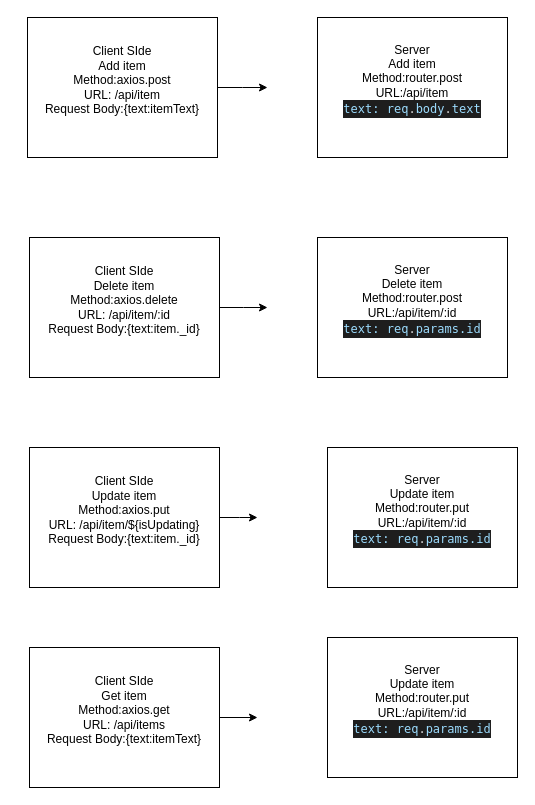
The draw.io diagram page "Page-2" (2 of 2) of structure.drawio in yiran1201/mern-app, before the edit. Source tidied: cells renumbered, new cells numbered last; positions are measured from the earlier drawing's top-left corner, leaving out a move shared by most shapes. Both pictures are drawn from the tidied source at 100%, with x=0, y=0 at pixel (27, 17).
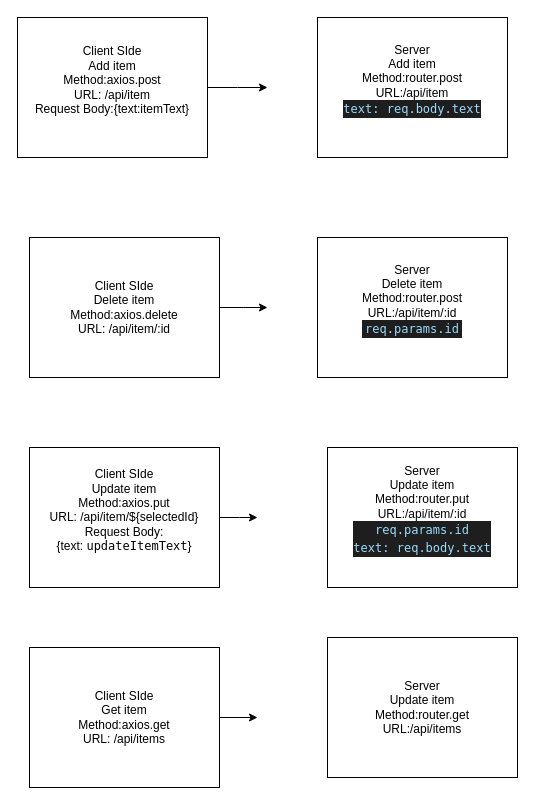
The same diagram, later.

What changed in the source:
```diff
@@
 <mxGraphModel>
   <root>
     <mxCell id="0" />
     <mxCell id="1" parent="0" />
     <mxCell id="2" style="edgeStyle=orthogonalEdgeStyle;rounded=0;jettySize=auto;html=1;" parent="1" edge="1" source="3">
       <mxGeometry relative="1" as="geometry">
         <mxPoint x="240" y="70" as="targetPoint" />
       </mxGeometry>
     </mxCell>
     <mxCell id="3" value="&lt;span style=&quot;white-space: normal&quot;&gt;Client SIde&lt;br&gt;Add item&lt;/span&gt;&lt;br style=&quot;white-space: normal&quot;&gt;&lt;span style=&quot;white-space: normal&quot;&gt;Method:axios.post&lt;/span&gt;&lt;br style=&quot;white-space: normal&quot;&gt;&lt;span style=&quot;white-space: normal&quot;&gt;URL: /api/item&lt;br&gt;Request Body:{text:itemText}&lt;br&gt;&lt;br&gt;&lt;/span&gt;" style="rounded=0;whiteSpace=wrap;html=1;" parent="1" vertex="1">
-      <mxGeometry width="190" height="140" as="geometry" />
+      <mxGeometry x="-10" width="190" height="140" as="geometry" />
     </mxCell>
     <mxCell id="4" value="&lt;span style=&quot;white-space: normal&quot;&gt;Server&lt;br&gt;Add item&lt;br&gt;Method:router.post&lt;br&gt;URL:/api/item&lt;br&gt;&lt;/span&gt;&lt;div style=&quot;color: rgb(212 , 212 , 212) ; background-color: rgb(30 , 30 , 30) ; font-family: &amp;#34;menlo&amp;#34; , &amp;#34;monaco&amp;#34; , &amp;#34;courier new&amp;#34; , monospace ; line-height: 18px ; white-space: pre&quot;&gt;&lt;span style=&quot;color: #9cdcfe&quot;&gt;text&lt;/span&gt;&lt;span style=&quot;color: #9cdcfe&quot;&gt;:&lt;/span&gt; &lt;span style=&quot;color: #9cdcfe&quot;&gt;req&lt;/span&gt;.&lt;span style=&quot;color: #9cdcfe&quot;&gt;body&lt;/span&gt;.&lt;span style=&quot;color: #9cdcfe&quot;&gt;text&lt;/span&gt;&lt;/div&gt;&lt;span style=&quot;white-space: normal&quot;&gt;&lt;br&gt;&lt;/span&gt;" style="rounded=0;whiteSpace=wrap;html=1;" parent="1" vertex="1">
       <mxGeometry x="290" width="190" height="140" as="geometry" />
     </mxCell>
     <mxCell id="5" style="text;html=1;align=left;verticalAlign=top;spacingTop=-4;" parent="1" vertex="1">
       <mxGeometry x="97" y="246" width="20" height="20" as="geometry" />
     </mxCell>
     <mxCell id="6" style="edgeStyle=orthogonalEdgeStyle;rounded=0;jettySize=auto;html=1;exitX=1;exitY=0.5;exitDx=0;exitDy=0;" parent="1" edge="1" source="7">
       <mxGeometry relative="1" as="geometry">
         <mxPoint x="240" y="290" as="targetPoint" />
       </mxGeometry>
     </mxCell>
-    <mxCell id="7" value="&lt;span style=&quot;white-space: normal&quot;&gt;Client SIde&lt;br&gt;Delete item&lt;/span&gt;&lt;br style=&quot;white-space: normal&quot;&gt;&lt;span style=&quot;white-space: normal&quot;&gt;Method:axios.delete&lt;/span&gt;&lt;br style=&quot;white-space: normal&quot;&gt;&lt;span style=&quot;white-space: normal&quot;&gt;URL: /api/item/:id&lt;br&gt;Request Body:{text:item._id}&lt;br&gt;&lt;br&gt;&lt;/span&gt;" style="rounded=0;whiteSpace=wrap;html=1;" parent="1" vertex="1">
+    <mxCell id="7" value="&lt;span style=&quot;white-space: normal&quot;&gt;Client SIde&lt;br&gt;Delete item&lt;/span&gt;&lt;br style=&quot;white-space: normal&quot;&gt;&lt;span style=&quot;white-space: normal&quot;&gt;Method:axios.delete&lt;/span&gt;&lt;br style=&quot;white-space: normal&quot;&gt;&lt;span style=&quot;white-space: normal&quot;&gt;URL: /api/item/:id&lt;br&gt;&lt;/span&gt;" style="rounded=0;whiteSpace=wrap;html=1;" parent="1" vertex="1">
       <mxGeometry x="2" y="220" width="190" height="140" as="geometry" />
     </mxCell>
-    <mxCell id="8" value="&lt;span style=&quot;white-space: normal&quot;&gt;Server&lt;br&gt;Delete item&lt;br&gt;Method:router.post&lt;br&gt;URL:/api/item/:id&lt;br&gt;&lt;/span&gt;&lt;div style=&quot;background-color: rgb(30 , 30 , 30) ; font-family: &amp;#34;menlo&amp;#34; , &amp;#34;monaco&amp;#34; , &amp;#34;courier new&amp;#34; , monospace ; line-height: 18px ; white-space: pre&quot;&gt;&lt;span style=&quot;color: rgb(212 , 212 , 212)&quot;&gt;&lt;span style=&quot;color: #9cdcfe&quot;&gt;text&lt;/span&gt;&lt;span style=&quot;color: #9cdcfe&quot;&gt;:&lt;/span&gt; &lt;span style=&quot;color: #9cdcfe&quot;&gt;req&lt;/span&gt;.&lt;/span&gt;&lt;font color=&quot;#9cdcfe&quot;&gt;params.id&lt;/font&gt;&lt;/div&gt;&lt;span style=&quot;white-space: normal&quot;&gt;&lt;br&gt;&lt;/span&gt;" style="rounded=0;whiteSpace=wrap;html=1;" parent="1" vertex="1">
+    <mxCell id="8" value="&lt;span style=&quot;white-space: normal&quot;&gt;Server&lt;br&gt;Delete item&lt;br&gt;Method:router.post&lt;br&gt;URL:/api/item/:id&lt;br&gt;&lt;/span&gt;&lt;div style=&quot;background-color: rgb(30 , 30 , 30) ; font-family: &amp;#34;menlo&amp;#34; , &amp;#34;monaco&amp;#34; , &amp;#34;courier new&amp;#34; , monospace ; line-height: 18px ; white-space: pre&quot;&gt;&lt;span style=&quot;color: rgb(212 , 212 , 212)&quot;&gt;&lt;span style=&quot;color: #9cdcfe&quot;&gt;req&lt;/span&gt;.&lt;/span&gt;&lt;font color=&quot;#9cdcfe&quot;&gt;params.id&lt;/font&gt;&lt;/div&gt;&lt;span style=&quot;white-space: normal&quot;&gt;&lt;br&gt;&lt;/span&gt;" style="rounded=0;whiteSpace=wrap;html=1;" parent="1" vertex="1">
       <mxGeometry x="290" y="220" width="190" height="140" as="geometry" />
     </mxCell>
     <mxCell id="9" style="text;html=1;align=left;verticalAlign=top;spacingTop=-4;" parent="1" vertex="1">
       <mxGeometry x="109" y="468" width="20" height="20" as="geometry" />
     </mxCell>
     <mxCell id="10" style="edgeStyle=orthogonalEdgeStyle;rounded=0;jettySize=auto;html=1;" parent="1" edge="1" source="11">
       <mxGeometry relative="1" as="geometry">
         <mxPoint x="230" y="500" as="targetPoint" />
       </mxGeometry>
     </mxCell>
-    <mxCell id="11" value="&lt;span style=&quot;white-space: normal&quot;&gt;Client SIde&lt;br&gt;&lt;/span&gt;Update item&lt;br style=&quot;white-space: normal&quot;&gt;&lt;span style=&quot;white-space: normal&quot;&gt;Method:axios.put&lt;/span&gt;&lt;br style=&quot;white-space: normal&quot;&gt;&lt;span style=&quot;white-space: normal&quot;&gt;URL: /api/item/${isUpdating}&lt;br&gt;Request Body:{text:item._id}&lt;br&gt;&lt;br&gt;&lt;/span&gt;" style="rounded=0;whiteSpace=wrap;html=1;" parent="1" vertex="1">
+    <mxCell id="11" value="&lt;span style=&quot;white-space: normal&quot;&gt;Client SIde&lt;br&gt;&lt;/span&gt;Update item&lt;br style=&quot;white-space: normal&quot;&gt;&lt;span style=&quot;white-space: normal&quot;&gt;Method:axios.put&lt;/span&gt;&lt;br style=&quot;white-space: normal&quot;&gt;&lt;span style=&quot;white-space: normal&quot;&gt;URL: /api/item/${selectedId}&lt;br&gt;Request Body:{&lt;span style=&quot;background-color: rgb(255 , 255 , 255)&quot;&gt;text:&amp;nbsp;&lt;/span&gt;&lt;/span&gt;&lt;span style=&quot;font-family: &amp;#34;menlo&amp;#34; , &amp;#34;monaco&amp;#34; , &amp;#34;courier new&amp;#34; , monospace ; white-space: pre ; background-color: rgb(255 , 255 , 255)&quot;&gt;updateItemText&lt;/span&gt;&lt;span&gt;}&lt;/span&gt;&lt;br&gt;&lt;span style=&quot;white-space: normal&quot;&gt;&lt;br&gt;&lt;/span&gt;" style="rounded=0;whiteSpace=wrap;html=1;" parent="1" vertex="1">
       <mxGeometry x="2" y="430" width="190" height="140" as="geometry" />
     </mxCell>
-    <mxCell id="12" value="&lt;span style=&quot;white-space: normal&quot;&gt;Server&lt;br&gt;Update item&lt;br&gt;Method:router.put&lt;br&gt;URL:/api/item/:id&lt;br&gt;&lt;/span&gt;&lt;div style=&quot;background-color: rgb(30 , 30 , 30) ; font-family: &amp;#34;menlo&amp;#34; , &amp;#34;monaco&amp;#34; , &amp;#34;courier new&amp;#34; , monospace ; line-height: 18px ; white-space: pre&quot;&gt;&lt;span style=&quot;color: rgb(212 , 212 , 212)&quot;&gt;&lt;span style=&quot;color: #9cdcfe&quot;&gt;text&lt;/span&gt;&lt;span style=&quot;color: #9cdcfe&quot;&gt;:&lt;/span&gt; &lt;span style=&quot;color: #9cdcfe&quot;&gt;req&lt;/span&gt;.&lt;/span&gt;&lt;font color=&quot;#9cdcfe&quot;&gt;params.id&lt;/font&gt;&lt;/div&gt;&lt;span style=&quot;white-space: normal&quot;&gt;&lt;br&gt;&lt;/span&gt;" style="rounded=0;whiteSpace=wrap;html=1;" parent="1" vertex="1">
+    <mxCell id="12" value="&lt;span style=&quot;white-space: normal&quot;&gt;Server&lt;br&gt;Update item&lt;br&gt;Method:router.put&lt;br&gt;URL:/api/item/:id&lt;br&gt;&lt;/span&gt;&lt;div style=&quot;background-color: rgb(30 , 30 , 30) ; font-family: &amp;#34;menlo&amp;#34; , &amp;#34;monaco&amp;#34; , &amp;#34;courier new&amp;#34; , monospace ; line-height: 18px ; white-space: pre&quot;&gt;&lt;span style=&quot;color: rgb(212 , 212 , 212)&quot;&gt;&lt;span style=&quot;color: #9cdcfe&quot;&gt;req&lt;/span&gt;.&lt;/span&gt;&lt;font color=&quot;#9cdcfe&quot;&gt;params.id&lt;/font&gt;&lt;/div&gt;&lt;div style=&quot;background-color: rgb(30 , 30 , 30) ; font-family: &amp;#34;menlo&amp;#34; , &amp;#34;monaco&amp;#34; , &amp;#34;courier new&amp;#34; , monospace ; line-height: 18px ; white-space: pre&quot;&gt;&lt;font color=&quot;#9cdcfe&quot;&gt;text: req.body.text&lt;/font&gt;&lt;/div&gt;&lt;span style=&quot;white-space: normal&quot;&gt;&lt;br&gt;&lt;/span&gt;" style="rounded=0;whiteSpace=wrap;html=1;" parent="1" vertex="1">
       <mxGeometry x="300" y="430" width="190" height="140" as="geometry" />
     </mxCell>
     <mxCell id="13" style="edgeStyle=orthogonalEdgeStyle;rounded=0;jettySize=auto;html=1;exitX=1;exitY=0.5;exitDx=0;exitDy=0;" parent="1" edge="1" source="14">
       <mxGeometry relative="1" as="geometry">
         <mxPoint x="230" y="700" as="targetPoint" />
       </mxGeometry>
     </mxCell>
-    <mxCell id="14" value="&lt;span style=&quot;white-space: normal&quot;&gt;Client SIde&lt;br&gt;&lt;/span&gt;Get item&lt;br style=&quot;white-space: normal&quot;&gt;&lt;span style=&quot;white-space: normal&quot;&gt;Method:axios.get&lt;/span&gt;&lt;br style=&quot;white-space: normal&quot;&gt;&lt;span style=&quot;white-space: normal&quot;&gt;URL: /api/items&lt;br&gt;Request Body:{text:itemText}&lt;br&gt;&lt;br&gt;&lt;/span&gt;" style="rounded=0;whiteSpace=wrap;html=1;" parent="1" vertex="1">
+    <mxCell id="14" value="&lt;span style=&quot;white-space: normal&quot;&gt;Client SIde&lt;br&gt;&lt;/span&gt;Get item&lt;br style=&quot;white-space: normal&quot;&gt;&lt;span style=&quot;white-space: normal&quot;&gt;Method:axios.get&lt;/span&gt;&lt;br style=&quot;white-space: normal&quot;&gt;&lt;span style=&quot;white-space: normal&quot;&gt;URL: /api/items&lt;br&gt;&lt;/span&gt;" style="rounded=0;whiteSpace=wrap;html=1;" parent="1" vertex="1">
       <mxGeometry x="2" y="630" width="190" height="140" as="geometry" />
     </mxCell>
-    <mxCell id="15" value="&lt;span style=&quot;white-space: normal&quot;&gt;Server&lt;br&gt;Update item&lt;br&gt;Method:router.put&lt;br&gt;URL:/api/item/:id&lt;br&gt;&lt;/span&gt;&lt;div style=&quot;background-color: rgb(30 , 30 , 30) ; font-family: &amp;#34;menlo&amp;#34; , &amp;#34;monaco&amp;#34; , &amp;#34;courier new&amp;#34; , monospace ; line-height: 18px ; white-space: pre&quot;&gt;&lt;span style=&quot;color: rgb(212 , 212 , 212)&quot;&gt;&lt;span style=&quot;color: #9cdcfe&quot;&gt;text&lt;/span&gt;&lt;span style=&quot;color: #9cdcfe&quot;&gt;:&lt;/span&gt; &lt;span style=&quot;color: #9cdcfe&quot;&gt;req&lt;/span&gt;.&lt;/span&gt;&lt;font color=&quot;#9cdcfe&quot;&gt;params.id&lt;/font&gt;&lt;/div&gt;&lt;span style=&quot;white-space: normal&quot;&gt;&lt;br&gt;&lt;/span&gt;" style="rounded=0;whiteSpace=wrap;html=1;" parent="1" vertex="1">
+    <mxCell id="15" value="&lt;span style=&quot;white-space: normal&quot;&gt;Server&lt;br&gt;Update item&lt;br&gt;Method:router.get&lt;br&gt;URL:/api/items&lt;/span&gt;&lt;span style=&quot;white-space: normal&quot;&gt;&lt;br&gt;&lt;/span&gt;" style="rounded=0;whiteSpace=wrap;html=1;" parent="1" vertex="1">
       <mxGeometry x="300" y="620" width="190" height="140" as="geometry" />
     </mxCell>
   </root>
 </mxGraphModel>
```
